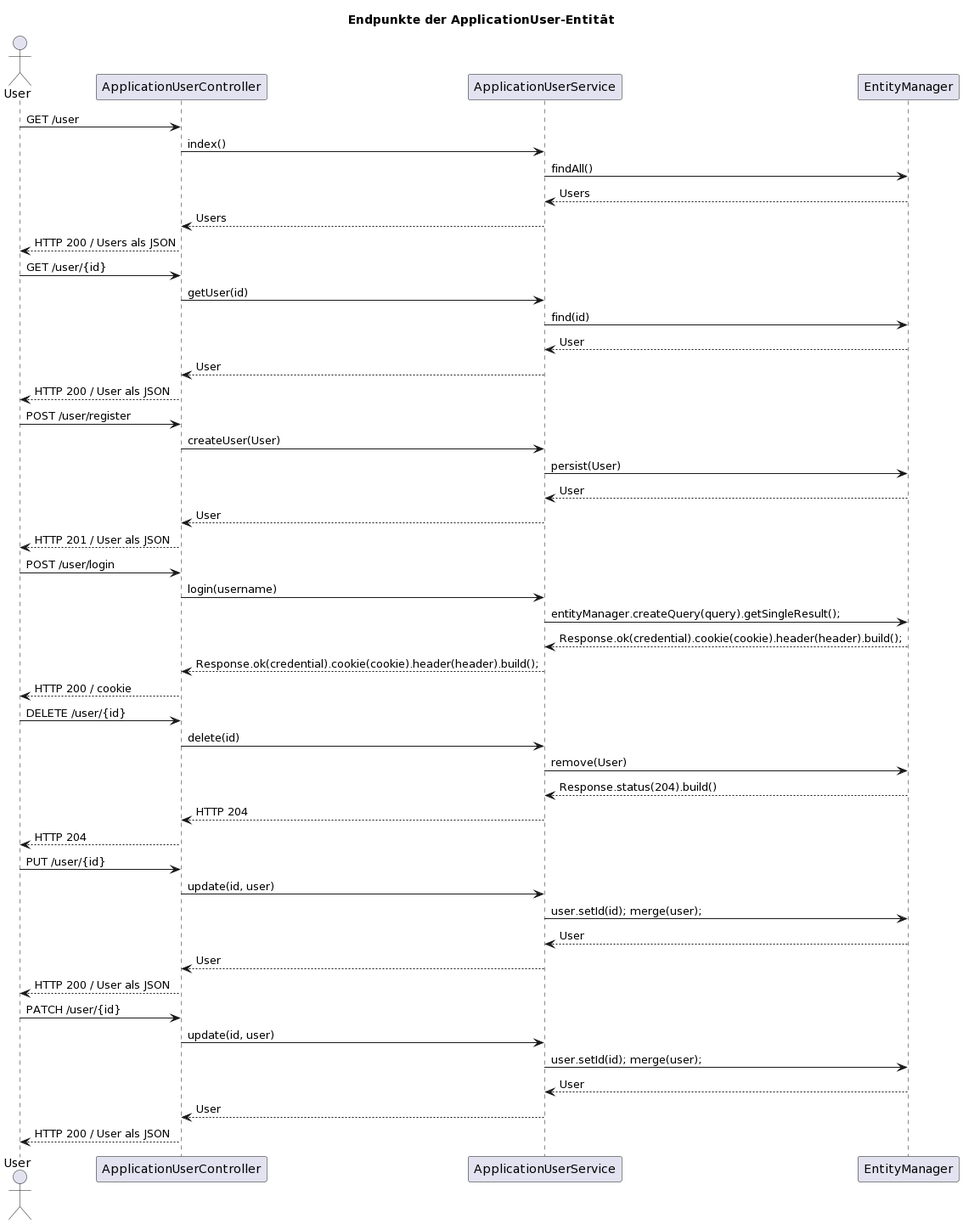
The PlantUML diagram assets/sequenzdiagramm_application_user.png in carlottostromstedt/m223_projektarbeit, before a commit. Source of this version:
```plantuml
@startuml
title Endpunkte der ApplicationUser-Entität

actor User
participant ApplicationUserController
participant ApplicationUserService
participant EntityManager

User -> ApplicationUserController: GET /user
ApplicationUserController -> ApplicationUserService: index()
ApplicationUserService -> EntityManager: findAll()
ApplicationUserService <-- EntityManager: Users
ApplicationUserController <-- ApplicationUserService: Users
User <-- ApplicationUserController: HTTP 200 / Users als JSON

User -> ApplicationUserController: GET /user/{id}
ApplicationUserController -> ApplicationUserService: getUser(id)
ApplicationUserService -> EntityManager: find(id)
ApplicationUserService <-- EntityManager: User
ApplicationUserController <-- ApplicationUserService: User
User <-- ApplicationUserController: HTTP 200 / User als JSON

User -> ApplicationUserController: POST /user/register
ApplicationUserController -> ApplicationUserService: createUser(User)
ApplicationUserService -> EntityManager: persist(User)
ApplicationUserService <-- EntityManager: User
ApplicationUserController <-- ApplicationUserService: User
User <-- ApplicationUserController: HTTP 201 / User als JSON

User -> ApplicationUserController: POST /user/login
ApplicationUserController -> ApplicationUserService: login(username)
ApplicationUserService -> EntityManager: entityManager.createQuery(query).getSingleResult();
ApplicationUserService <-- EntityManager: Response.ok(credential).cookie(cookie).header(header).build();
ApplicationUserController <-- ApplicationUserService: Response.ok(credential).cookie(cookie).header(header).build();
User <-- ApplicationUserController: HTTP 200 / cookie

User -> ApplicationUserController: DELETE /user/{id}
ApplicationUserController -> ApplicationUserService: delete(id)
ApplicationUserService -> EntityManager: remove(User)
ApplicationUserService <-- EntityManager: Response.status(204).build()
ApplicationUserController <-- ApplicationUserService: HTTP 204
User <-- ApplicationUserController: HTTP 204

User -> ApplicationUserController: PUT /user/{id}
ApplicationUserController -> ApplicationUserService: update(id, user)
ApplicationUserService -> EntityManager: user.setId(id); merge(user);
ApplicationUserService <-- EntityManager: User
ApplicationUserController <-- ApplicationUserService: User
User <-- ApplicationUserController: HTTP 200 / User als JSON

User -> ApplicationUserController: PATCH /user/{id}
ApplicationUserController -> ApplicationUserService: update(id, user)
ApplicationUserService -> EntityManager: user.setId(id); merge(user);
ApplicationUserService <-- EntityManager: User
ApplicationUserController <-- ApplicationUserService: User
User <-- ApplicationUserController: HTTP 200 / User als JSON
@enduml
```
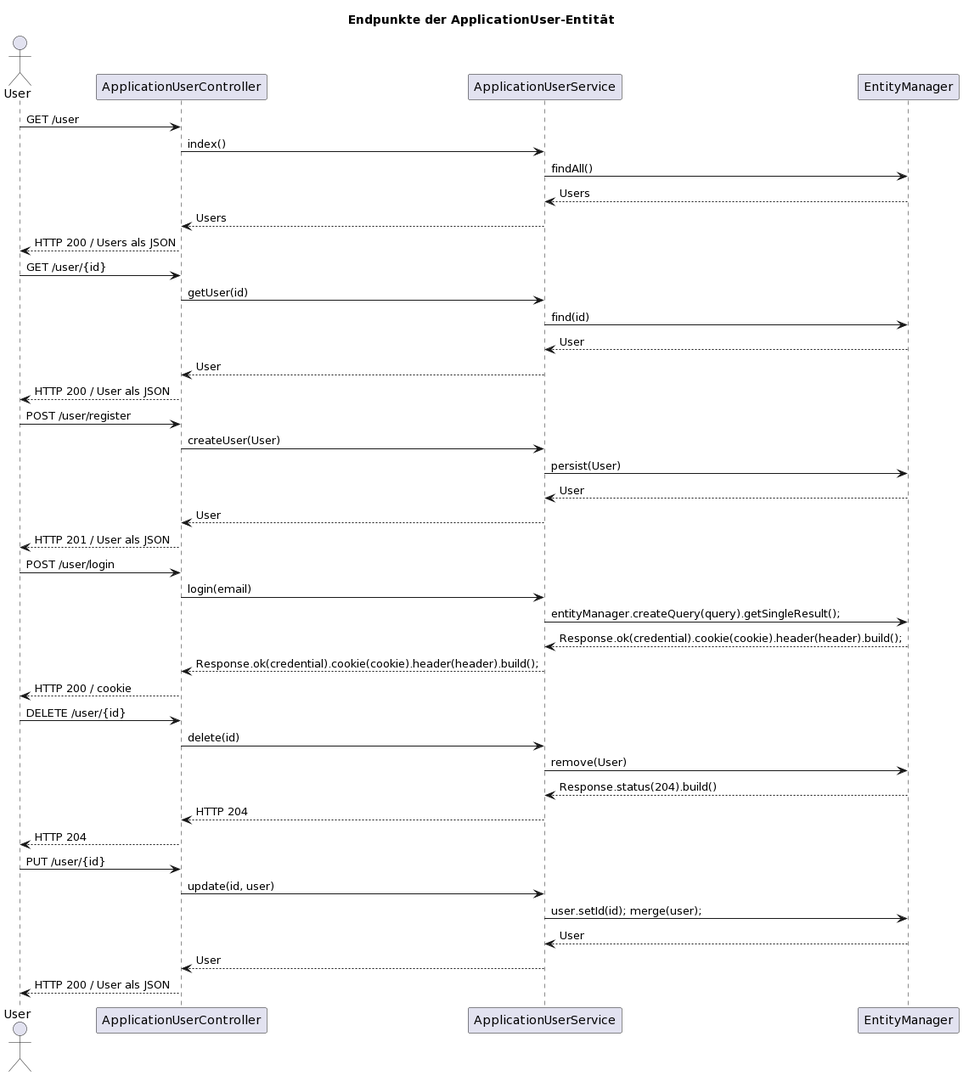
Above is the later version.

What changed in the source:
```diff
@@ -28,7 +28,7 @@
 User <-- ApplicationUserController: HTTP 201 / User als JSON
 
 User -> ApplicationUserController: POST /user/login
-ApplicationUserController -> ApplicationUserService: login(username)
+ApplicationUserController -> ApplicationUserService: login(email)
 ApplicationUserService -> EntityManager: entityManager.createQuery(query).getSingleResult();
 ApplicationUserService <-- EntityManager: Response.ok(credential).cookie(cookie).header(header).build();
 ApplicationUserController <-- ApplicationUserService: Response.ok(credential).cookie(cookie).header(header).build();
@@ -47,11 +47,4 @@
 ApplicationUserService <-- EntityManager: User
 ApplicationUserController <-- ApplicationUserService: User
 User <-- ApplicationUserController: HTTP 200 / User als JSON
-
-User -> ApplicationUserController: PATCH /user/{id}
-ApplicationUserController -> ApplicationUserService: update(id, user)
-ApplicationUserService -> EntityManager: user.setId(id); merge(user);
-ApplicationUserService <-- EntityManager: User
-ApplicationUserController <-- ApplicationUserService: User
-User <-- ApplicationUserController: HTTP 200 / User als JSON
 @enduml
```
